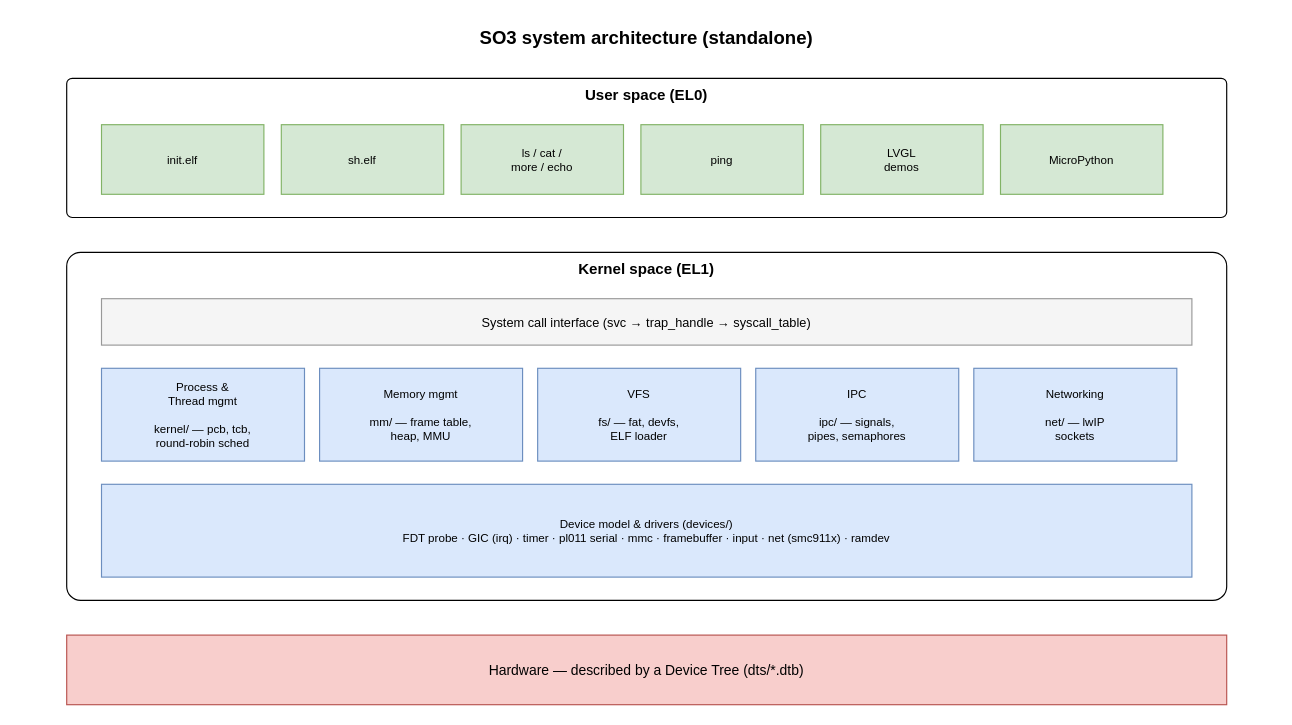
The draw.io diagram page "architecture" (2 of 11) of doc/source/img/so3.drawio in smartobjectoriented/so3, before the edit. Source tidied: cells renumbered, new cells numbered last; positions are measured from the earlier drawing's top-left corner, leaving out a move shared by most shapes. Both pictures are drawn from the tidied source at 116%, with x=0, y=0 at pixel (20, 20).
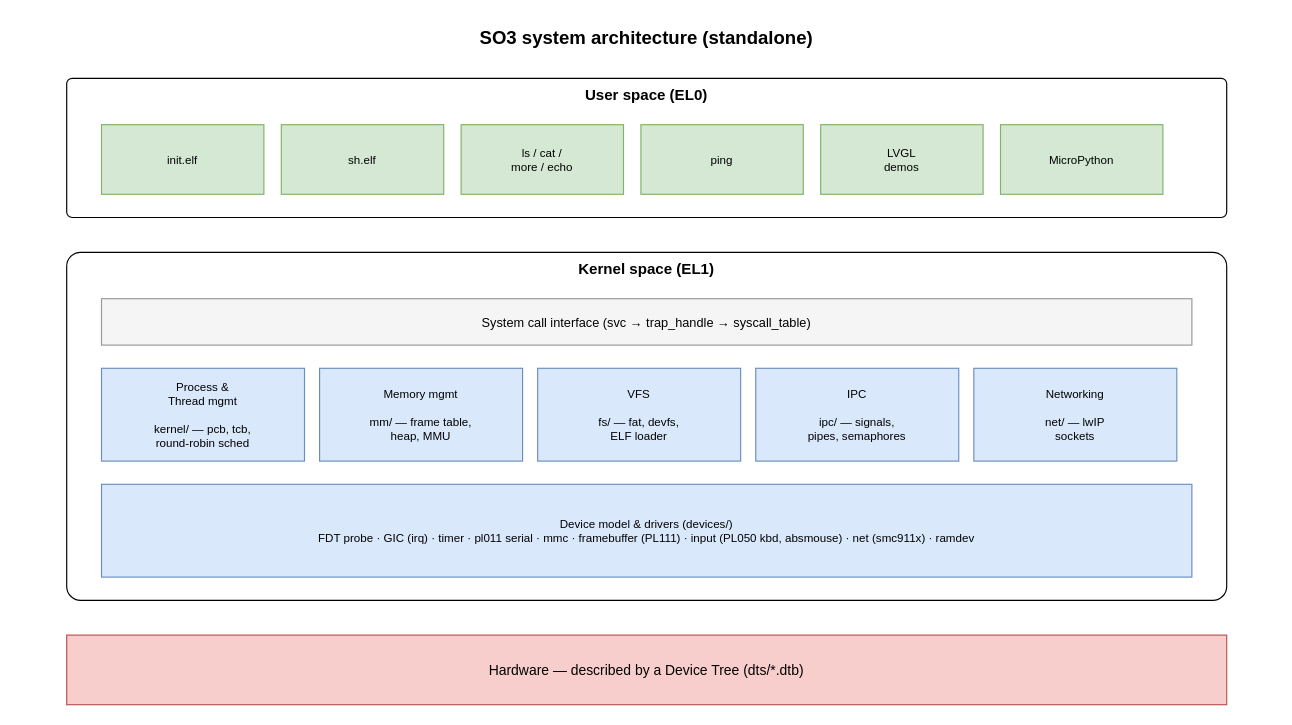
Above is the later version.

What changed in the source:
```diff
@@
 <mxGraphModel>
   <root>
     <mxCell id="0" />
     <mxCell id="1" parent="0" />
     <mxCell id="2" value="SO3 system architecture (standalone)" style="text;html=1;whiteSpace=wrap;align=center;verticalAlign=middle;fontSize=16;fontStyle=1;" parent="1" vertex="1">
       <mxGeometry width="1080" height="30" as="geometry" />
     </mxCell>
     <mxCell id="3" value="User space  (EL0)" style="rounded=1;whiteSpace=wrap;html=1;arcSize=4;verticalAlign=top;fontStyle=1;fontSize=13;fontStyle=1;" parent="1" vertex="1">
       <mxGeometry x="40" y="50" width="1000" height="120" as="geometry" />
     </mxCell>
     <mxCell id="4" value="init.elf" style="fillColor=#d5e8d4;strokeColor=#82b366;fontSize=10;" parent="1" vertex="1">
       <mxGeometry x="70" y="90" width="140" height="60" as="geometry" />
     </mxCell>
     <mxCell id="5" value="sh.elf" style="fillColor=#d5e8d4;strokeColor=#82b366;fontSize=10;" parent="1" vertex="1">
       <mxGeometry x="225" y="90" width="140" height="60" as="geometry" />
     </mxCell>
     <mxCell id="6" value="ls / cat /&#10;more / echo" style="fillColor=#d5e8d4;strokeColor=#82b366;fontSize=10;" parent="1" vertex="1">
       <mxGeometry x="380" y="90" width="140" height="60" as="geometry" />
     </mxCell>
     <mxCell id="7" value="ping" style="fillColor=#d5e8d4;strokeColor=#82b366;fontSize=10;" parent="1" vertex="1">
       <mxGeometry x="535" y="90" width="140" height="60" as="geometry" />
     </mxCell>
     <mxCell id="8" value="LVGL&#10;demos" style="fillColor=#d5e8d4;strokeColor=#82b366;fontSize=10;" parent="1" vertex="1">
       <mxGeometry x="690" y="90" width="140" height="60" as="geometry" />
     </mxCell>
     <mxCell id="9" value="MicroPython" style="fillColor=#d5e8d4;strokeColor=#82b366;fontSize=10;" parent="1" vertex="1">
       <mxGeometry x="845" y="90" width="140" height="60" as="geometry" />
     </mxCell>
     <mxCell id="10" value="Kernel space  (EL1)" style="rounded=1;whiteSpace=wrap;html=1;arcSize=4;verticalAlign=top;fontStyle=1;fontSize=13;fontStyle=1;" parent="1" vertex="1">
       <mxGeometry x="40" y="200" width="1000" height="300" as="geometry" />
     </mxCell>
     <mxCell id="11" value="System call interface  (svc → trap_handle → syscall_table)" style="fillColor=#f5f5f5;strokeColor=#999999;fontSize=11;" parent="1" vertex="1">
       <mxGeometry x="70" y="240" width="940" height="40" as="geometry" />
     </mxCell>
     <mxCell id="12" value="Process &amp;&#10;Thread mgmt&#10;&#10;kernel/ — pcb, tcb,&#10;round-robin sched" style="fillColor=#dae8fc;strokeColor=#6c8ebf;fontSize=10;" parent="1" vertex="1">
       <mxGeometry x="70" y="300" width="175" height="80" as="geometry" />
     </mxCell>
     <mxCell id="13" value="Memory mgmt&#10;&#10;mm/ — frame table,&#10;heap, MMU" style="fillColor=#dae8fc;strokeColor=#6c8ebf;fontSize=10;" parent="1" vertex="1">
       <mxGeometry x="258" y="300" width="175" height="80" as="geometry" />
     </mxCell>
     <mxCell id="14" value="VFS&#10;&#10;fs/ — fat, devfs,&#10;ELF loader" style="fillColor=#dae8fc;strokeColor=#6c8ebf;fontSize=10;" parent="1" vertex="1">
       <mxGeometry x="446" y="300" width="175" height="80" as="geometry" />
     </mxCell>
     <mxCell id="15" value="IPC&#10;&#10;ipc/ — signals,&#10;pipes, semaphores" style="fillColor=#dae8fc;strokeColor=#6c8ebf;fontSize=10;" parent="1" vertex="1">
       <mxGeometry x="634" y="300" width="175" height="80" as="geometry" />
     </mxCell>
     <mxCell id="16" value="Networking&#10;&#10;net/ — lwIP&#10;sockets" style="fillColor=#dae8fc;strokeColor=#6c8ebf;fontSize=10;" parent="1" vertex="1">
       <mxGeometry x="822" y="300" width="175" height="80" as="geometry" />
     </mxCell>
-    <mxCell id="17" value="Device model &amp; drivers   (devices/)&#10;FDT probe · GIC (irq) · timer · pl011 serial · mmc · framebuffer · input · net (smc911x) · ramdev" style="fillColor=#dae8fc;strokeColor=#6c8ebf;fontSize=10;" parent="1" vertex="1">
+    <mxCell id="17" value="Device model &amp; drivers   (devices/)&#10;FDT probe · GIC (irq) · timer · pl011 serial · mmc · framebuffer (PL111) · input (PL050 kbd, absmouse) · net (smc911x) · ramdev" style="fillColor=#dae8fc;strokeColor=#6c8ebf;fontSize=10;" parent="1" vertex="1">
       <mxGeometry x="70" y="400" width="940" height="80" as="geometry" />
     </mxCell>
     <mxCell id="18" value="Hardware  —  described by a Device Tree (dts/*.dtb)" style="fillColor=#f8cecc;strokeColor=#b85450;fontSize=12;" parent="1" vertex="1">
       <mxGeometry x="40" y="530" width="1000" height="60" as="geometry" />
     </mxCell>
   </root>
 </mxGraphModel>
```
